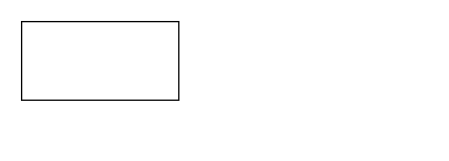
The draw.io diagram 未命名绘图.drawio in PaulaAnd/loan-management, before the edit. Source tidied: cells renumbered, new cells numbered last; positions are measured from the earlier drawing's top-left corner, leaving out a move shared by most shapes. Both pictures are drawn from the tidied source at 131%, with x=0, y=0 at pixel (21, 21).
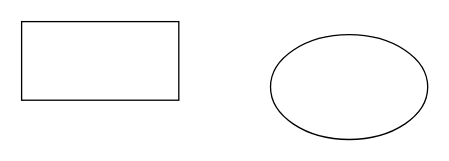
The same diagram, later.

Commit message:
更新未命名绘图.drawio

Diff of the diagram source:
```diff
@@
 <mxGraphModel>
   <root>
     <mxCell id="0" />
     <mxCell id="1" parent="0" />
     <mxCell id="2" style="rounded=0;whiteSpace=wrap;html=1;" parent="1" vertex="1">
       <mxGeometry width="120" height="60" as="geometry" />
     </mxCell>
+    <mxCell id="3" style="ellipse;whiteSpace=wrap;html=1;" parent="1" vertex="1">
+      <mxGeometry x="190" y="10" width="120" height="80" as="geometry" />
+    </mxCell>
   </root>
 </mxGraphModel>
```
